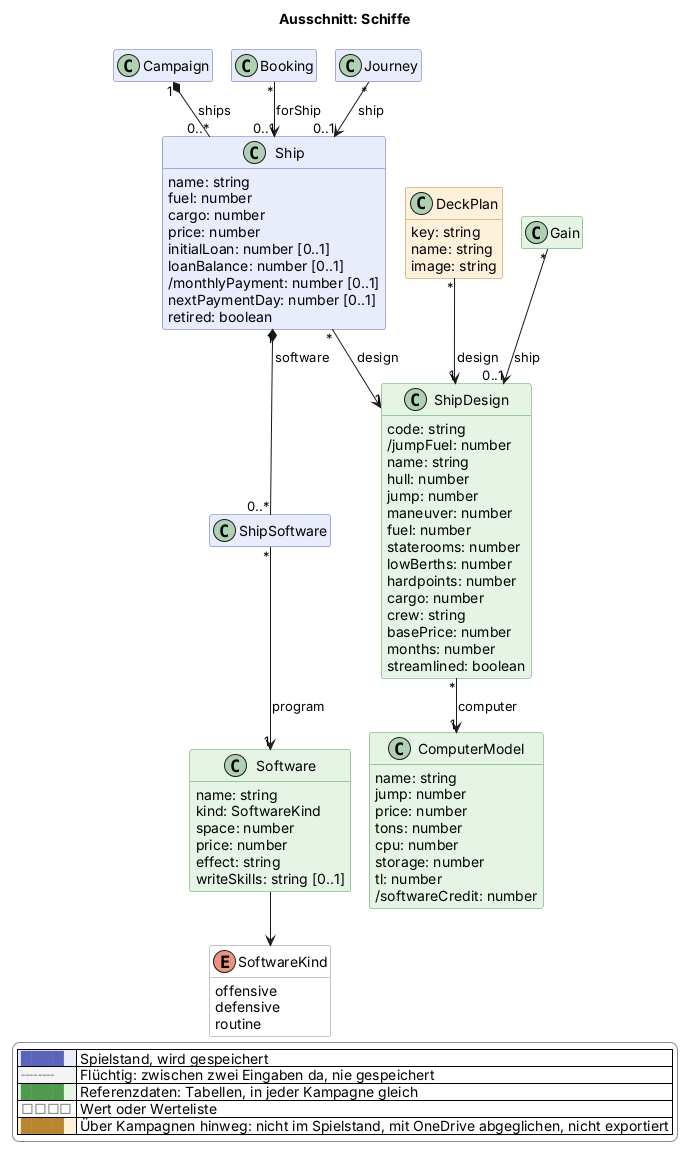
Earlier version of the PlantUML export docs/views/schiffe.png (scuzzar/SRE).
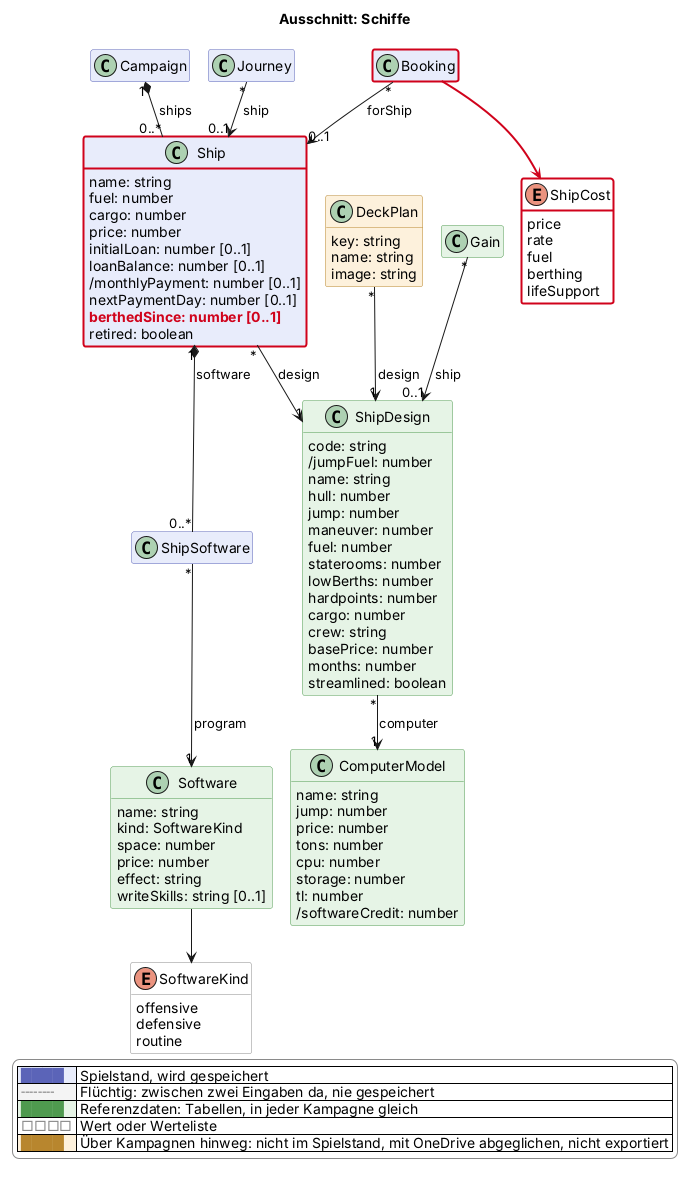
Above is the later version.

The edit, as a diff of the source:
```diff
@@ -81,7 +81,15 @@
     loanBalance: number [0..1]
     /monthlyPayment: number [0..1]
     nextPaymentDay: number [0..1]
+    $new("2026-11-17b", "berthedSince: number [0..1]")
     retired: boolean
+  }
+  enum ShipCost <<value>> $schiffe $newClass("2026-11-17b") {
+    price
+    rate
+    fuel
+    berthing
+    lifeSupport
   }
   class ShipSoftware $schiffe {
   }
@@ -151,6 +159,7 @@
 DeckPlan "*" --> "1" ShipDesign : design
 
 Journey "*" --> "0..1" Ship : ship
+Booking -$newArrow("2026-11-17b")-> ShipCost
 
 
 
@@ -170,4 +179,6 @@
   |<#ffffff> <color:#8a8a8a>□□□□</color> | Wert oder Werteliste |
   |<#fdf1dc> <color:#b8862e>████</color> | Über Kampagnen hinweg: nicht im Spielstand, mit OneDrive abgeglichen, nicht exportiert |
 endlegend
+class Booking #line:d0021b;line.bold
+class Ship #line:d0021b;line.bold
 @enduml
```
